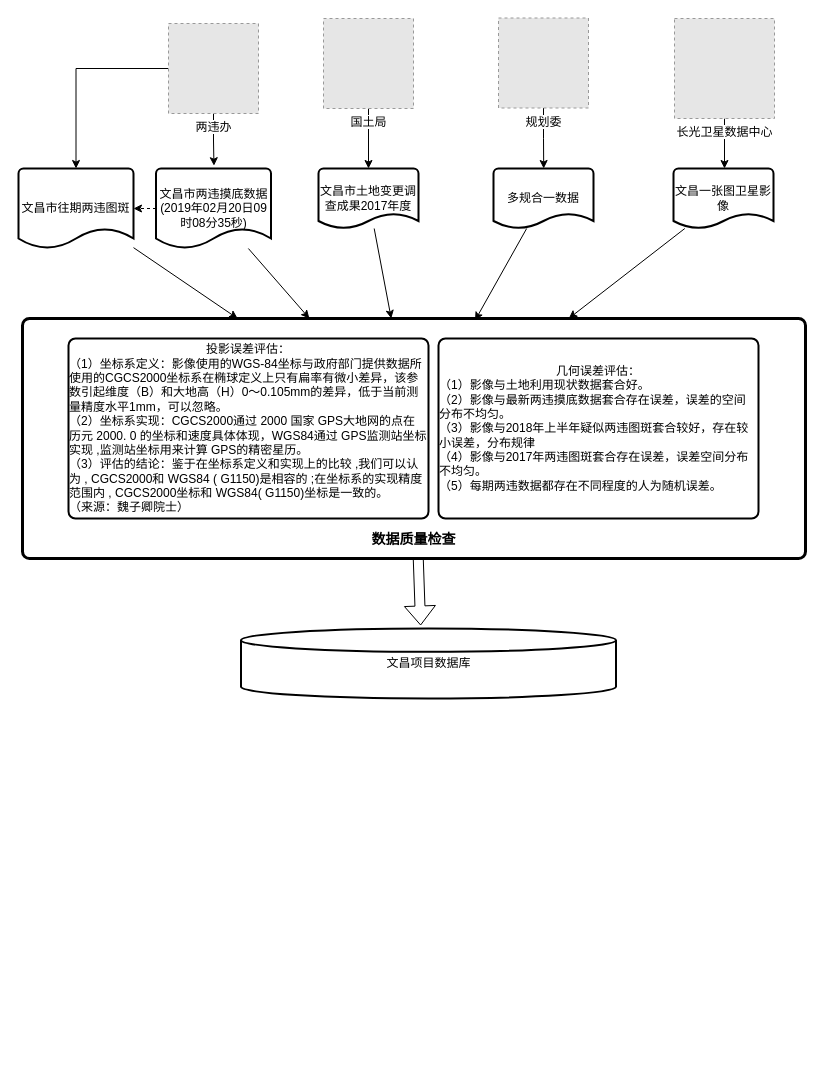
dorbodwolf/graphs_from_draw.io keeps this draw.io diagram as 两违产品流程.drawio. Above is the earlier version. Source tidied: cells renumbered, new cells numbered last; positions are measured from the earlier drawing's top-left corner, leaving out a move shared by most shapes. Both pictures are drawn from the tidied source at 100%, with x=0, y=0 at pixel (18, 18). Pictures stored in the file or linked from it are replaced by grey dashed boxes.
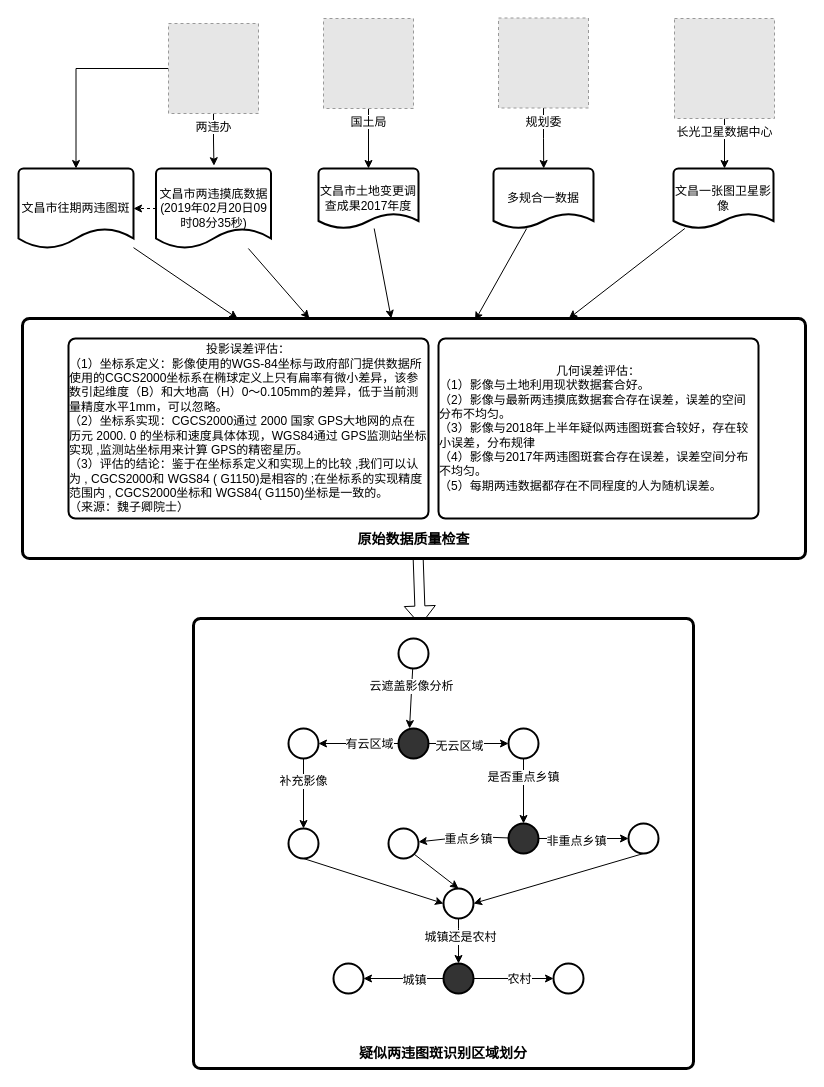
The same diagram, later.

Commit message:
Update 两违产品流程.drawio

Change to the diagram source:
```diff
@@
-    <mxCell id="2" style="edgeStyle=none;shape=flexArrow;rounded=0;jettySize=auto;html=1;entryX=0.479;entryY=-0.043;entryDx=0;entryDy=0;entryPerimeter=0;fillColor=#FFFFFF;" parent="1" edge="1" source="3" target="26">
-      <mxGeometry relative="1" as="geometry" />
+    <mxCell id="2" style="edgeStyle=none;shape=flexArrow;rounded=0;jettySize=auto;html=1;entryX=0.479;entryY=-0.043;entryDx=0;entryDy=0;entryPerimeter=0;fillColor=#FFFFFF;" parent="1" edge="1" source="3">
+      <mxGeometry relative="1" as="geometry">
+        <mxPoint x="402" y="607" as="targetPoint" />
+      </mxGeometry>
     </mxCell>
-    <mxCell id="3" value="&lt;font style=&quot;font-size: 14px&quot;&gt;&lt;b&gt;&lt;br&gt;&lt;br&gt;&lt;br&gt;&lt;br&gt;&lt;br&gt;&lt;br&gt;&lt;br&gt;&lt;br&gt;&lt;br&gt;&lt;br&gt;&lt;br&gt;&lt;br&gt;数据质量检查&lt;/b&gt;&lt;/font&gt;&lt;br&gt;" style="rounded=1;whiteSpace=wrap;html=1;absoluteArcSize=1;arcSize=14;strokeWidth=3;" parent="1" vertex="1">
+    <mxCell id="3" value="&lt;font style=&quot;font-size: 14px&quot;&gt;&lt;b&gt;&lt;br&gt;&lt;br&gt;&lt;br&gt;&lt;br&gt;&lt;br&gt;&lt;br&gt;&lt;br&gt;&lt;br&gt;&lt;br&gt;&lt;br&gt;&lt;br&gt;&lt;br&gt;原始数据质量检查&lt;/b&gt;&lt;/font&gt;&lt;br&gt;" style="rounded=1;whiteSpace=wrap;html=1;absoluteArcSize=1;arcSize=14;strokeWidth=3;" parent="1" vertex="1">
       <mxGeometry x="4" y="300" width="783" height="240" as="geometry" />
     </mxCell>
@@
-    <mxCell id="26" value="文昌项目数据库" style="strokeWidth=2;html=1;shape=mxgraph.flowchart.database;whiteSpace=wrap;" parent="1" vertex="1">
-      <mxGeometry x="222.5" y="610" width="375" height="70" as="geometry" />
-    </mxCell>
+    <mxCell id="27" value="&lt;font style=&quot;font-size: 14px&quot;&gt;&lt;b&gt;&lt;font&gt;&lt;br&gt;&lt;br&gt;&lt;br&gt;&lt;br&gt;&lt;br&gt;&lt;br&gt;&lt;br&gt;&lt;br&gt;&lt;br&gt;&lt;br&gt;&lt;br&gt;&lt;br&gt;&lt;/font&gt;&lt;br&gt;&lt;br&gt;&lt;br&gt;&lt;br&gt;&lt;br&gt;&lt;br&gt;&lt;br&gt;&lt;br&gt;&lt;br&gt;&lt;br&gt;&lt;br&gt;&lt;br&gt;&lt;br&gt;疑似两违图斑识别区域划分&lt;/b&gt;&lt;/font&gt;&lt;br&gt;" style="rounded=1;whiteSpace=wrap;html=1;absoluteArcSize=1;arcSize=14;strokeWidth=3;" parent="1" vertex="1">
+      <mxGeometry x="175" y="600" width="500" height="450" as="geometry" />
+    </mxCell>
+    <mxCell id="28" style="edgeStyle=none;rounded=0;jettySize=auto;html=1;fillColor=#FFFFFF;" parent="1" edge="1" source="30">
+      <mxGeometry relative="1" as="geometry">
+        <mxPoint x="391" y="710" as="targetPoint" />
+      </mxGeometry>
+    </mxCell>
+    <mxCell id="29" value="云遮盖影像分析" style="text;html=1;align=center;verticalAlign=middle;labelBackgroundColor=#ffffff;" parent="28" vertex="1">
+      <mxGeometry x="-0.4" y="-1" relative="1" as="geometry" />
+    </mxCell>
+    <mxCell id="30" style="verticalLabelPosition=bottom;verticalAlign=top;html=1;strokeWidth=2;shape=mxgraph.flowchart.on-page_reference;" parent="1" vertex="1">
+      <mxGeometry x="380" y="620" width="30" height="30" as="geometry" />
+    </mxCell>
+    <mxCell id="31" style="edgeStyle=none;rounded=0;jettySize=auto;html=1;fillColor=#FFFFFF;" parent="1" edge="1" source="35" target="43">
+      <mxGeometry relative="1" as="geometry" />
+    </mxCell>
+    <mxCell id="32" value="无云区域" style="text;html=1;align=center;verticalAlign=middle;labelBackgroundColor=#ffffff;" parent="31" vertex="1">
+      <mxGeometry x="-0.25" y="-2" relative="1" as="geometry" />
+    </mxCell>
+    <mxCell id="33" style="edgeStyle=none;rounded=0;jettySize=auto;html=1;fillColor=#FFFFFF;" parent="1" edge="1" source="35" target="38">
+      <mxGeometry relative="1" as="geometry" />
+    </mxCell>
+    <mxCell id="34" value="有云区域" style="text;html=1;align=center;verticalAlign=middle;labelBackgroundColor=#ffffff;" parent="33" vertex="1">
+      <mxGeometry x="-0.24" relative="1" as="geometry" />
+    </mxCell>
+    <mxCell id="35" style="verticalLabelPosition=bottom;verticalAlign=top;html=1;strokeWidth=2;shape=mxgraph.flowchart.on-page_reference;fillColor=#333333;" parent="1" vertex="1">
+      <mxGeometry x="380" y="710" width="30" height="30" as="geometry" />
+    </mxCell>
+    <mxCell id="36" style="edgeStyle=none;rounded=0;jettySize=auto;html=1;fillColor=#FFFFFF;" parent="1" edge="1" source="38" target="40">
+      <mxGeometry relative="1" as="geometry" />
+    </mxCell>
+    <mxCell id="37" value="补充影像&lt;br&gt;" style="text;html=1;align=center;verticalAlign=middle;labelBackgroundColor=#ffffff;" parent="36" vertex="1">
+      <mxGeometry x="-0.36" y="-1" relative="1" as="geometry" />
+    </mxCell>
+    <mxCell id="38" style="verticalLabelPosition=bottom;verticalAlign=top;html=1;strokeWidth=2;shape=mxgraph.flowchart.on-page_reference;" parent="1" vertex="1">
+      <mxGeometry x="270" y="710" width="30" height="30" as="geometry" />
+    </mxCell>
+    <mxCell id="39" style="edgeStyle=none;rounded=0;jettySize=auto;html=1;exitX=0.5;exitY=1;exitDx=0;exitDy=0;exitPerimeter=0;entryX=0;entryY=0.5;entryDx=0;entryDy=0;entryPerimeter=0;fillColor=#FFFFFF;" parent="1" edge="1" source="40" target="55">
+      <mxGeometry relative="1" as="geometry" />
+    </mxCell>
+    <mxCell id="40" style="verticalLabelPosition=bottom;verticalAlign=top;html=1;strokeWidth=2;shape=mxgraph.flowchart.on-page_reference;" parent="1" vertex="1">
+      <mxGeometry x="270" y="810" width="30" height="30" as="geometry" />
+    </mxCell>
+    <mxCell id="41" style="edgeStyle=none;rounded=0;jettySize=auto;html=1;fillColor=#FFFFFF;" parent="1" edge="1" source="43" target="48">
+      <mxGeometry relative="1" as="geometry" />
+    </mxCell>
+    <mxCell id="42" value="是否重点乡镇" style="text;html=1;align=center;verticalAlign=middle;labelBackgroundColor=#ffffff;" parent="41" vertex="1">
+      <mxGeometry x="-0.44" y="-1" relative="1" as="geometry" />
+    </mxCell>
+    <mxCell id="43" style="verticalLabelPosition=bottom;verticalAlign=top;html=1;strokeWidth=2;shape=mxgraph.flowchart.on-page_reference;" parent="1" vertex="1">
+      <mxGeometry x="490" y="710" width="30" height="30" as="geometry" />
+    </mxCell>
+    <mxCell id="44" style="edgeStyle=none;rounded=0;jettySize=auto;html=1;fillColor=#FFFFFF;" parent="1" edge="1" source="48" target="52">
+      <mxGeometry relative="1" as="geometry">
+        <Array as="points">
+          <mxPoint x="450" y="818" />
+        </Array>
+      </mxGeometry>
+    </mxCell>
+    <mxCell id="45" value="重点乡镇" style="text;html=1;align=center;verticalAlign=middle;labelBackgroundColor=#ffffff;" parent="44" vertex="1">
+      <mxGeometry x="-0.25" y="1" relative="1" as="geometry">
+        <mxPoint x="-6" y="1" as="offset" />
+      </mxGeometry>
+    </mxCell>
+    <mxCell id="46" style="edgeStyle=none;rounded=0;jettySize=auto;html=1;fillColor=#FFFFFF;" parent="1" edge="1" source="48" target="50">
+      <mxGeometry relative="1" as="geometry" />
+    </mxCell>
+    <mxCell id="47" value="非重点乡镇" style="text;html=1;align=center;verticalAlign=middle;labelBackgroundColor=#ffffff;" parent="46" vertex="1">
+      <mxGeometry x="-0.17" y="-2" relative="1" as="geometry" />
+    </mxCell>
+    <mxCell id="48" style="verticalLabelPosition=bottom;verticalAlign=top;html=1;strokeWidth=2;shape=mxgraph.flowchart.on-page_reference;fillColor=#333333;" parent="1" vertex="1">
+      <mxGeometry x="490" y="805" width="30" height="30" as="geometry" />
+    </mxCell>
+    <mxCell id="49" style="edgeStyle=none;rounded=0;jettySize=auto;html=1;exitX=0.5;exitY=1;exitDx=0;exitDy=0;exitPerimeter=0;entryX=1;entryY=0.5;entryDx=0;entryDy=0;entryPerimeter=0;fillColor=#FFFFFF;" parent="1" edge="1" source="50" target="55">
+      <mxGeometry relative="1" as="geometry" />
+    </mxCell>
+    <mxCell id="50" style="verticalLabelPosition=bottom;verticalAlign=top;html=1;strokeWidth=2;shape=mxgraph.flowchart.on-page_reference;" parent="1" vertex="1">
+      <mxGeometry x="610" y="805" width="30" height="30" as="geometry" />
+    </mxCell>
+    <mxCell id="51" style="edgeStyle=none;rounded=0;jettySize=auto;html=1;exitX=0.855;exitY=0.855;exitDx=0;exitDy=0;exitPerimeter=0;entryX=0.5;entryY=0;entryDx=0;entryDy=0;entryPerimeter=0;fillColor=#FFFFFF;" parent="1" edge="1" source="52" target="55">
+      <mxGeometry relative="1" as="geometry" />
+    </mxCell>
+    <mxCell id="52" style="verticalLabelPosition=bottom;verticalAlign=top;html=1;strokeWidth=2;shape=mxgraph.flowchart.on-page_reference;" parent="1" vertex="1">
+      <mxGeometry x="370" y="810" width="30" height="30" as="geometry" />
+    </mxCell>
+    <mxCell id="53" style="edgeStyle=none;rounded=0;jettySize=auto;html=1;fillColor=#FFFFFF;" parent="1" edge="1" source="55" target="60">
+      <mxGeometry relative="1" as="geometry">
+        <Array as="points">
+          <mxPoint x="440" y="910" />
+        </Array>
+      </mxGeometry>
+    </mxCell>
+    <mxCell id="54" value="城镇还是农村" style="text;html=1;align=center;verticalAlign=middle;labelBackgroundColor=#ffffff;" parent="53" vertex="1">
+      <mxGeometry x="-0.19" y="1" relative="1" as="geometry" />
+    </mxCell>
+    <mxCell id="55" style="verticalLabelPosition=bottom;verticalAlign=top;html=1;strokeWidth=2;shape=mxgraph.flowchart.on-page_reference;" parent="1" vertex="1">
+      <mxGeometry x="425" y="870" width="30" height="30" as="geometry" />
+    </mxCell>
+    <mxCell id="56" style="edgeStyle=none;rounded=0;jettySize=auto;html=1;fillColor=#FFFFFF;" parent="1" edge="1" source="60" target="62">
+      <mxGeometry relative="1" as="geometry" />
+    </mxCell>
+    <mxCell id="57" value="城镇" style="text;html=1;align=center;verticalAlign=middle;labelBackgroundColor=#ffffff;" parent="56" vertex="1">
+      <mxGeometry x="-0.24" y="1" relative="1" as="geometry" />
+    </mxCell>
+    <mxCell id="58" style="edgeStyle=none;rounded=0;jettySize=auto;html=1;fillColor=#FFFFFF;" parent="1" edge="1" source="60" target="61">
+      <mxGeometry relative="1" as="geometry" />
+    </mxCell>
+    <mxCell id="59" value="农村" style="text;html=1;align=center;verticalAlign=middle;labelBackgroundColor=#ffffff;" parent="58" vertex="1">
+      <mxGeometry x="0.16" y="-3" relative="1" as="geometry">
+        <mxPoint x="-1" y="-3" as="offset" />
+      </mxGeometry>
+    </mxCell>
+    <mxCell id="60" style="verticalLabelPosition=bottom;verticalAlign=top;html=1;strokeWidth=2;shape=mxgraph.flowchart.on-page_reference;direction=west;fillColor=#333333;" parent="1" vertex="1">
+      <mxGeometry x="425" y="945" width="30" height="30" as="geometry" />
+    </mxCell>
+    <mxCell id="61" style="verticalLabelPosition=bottom;verticalAlign=top;html=1;strokeWidth=2;shape=mxgraph.flowchart.on-page_reference;direction=west;" parent="1" vertex="1">
+      <mxGeometry x="535" y="945" width="30" height="30" as="geometry" />
+    </mxCell>
+    <mxCell id="62" style="verticalLabelPosition=bottom;verticalAlign=top;html=1;strokeWidth=2;shape=mxgraph.flowchart.on-page_reference;direction=west;" parent="1" vertex="1">
+      <mxGeometry x="315" y="945" width="30" height="30" as="geometry" />
+    </mxCell>
```
